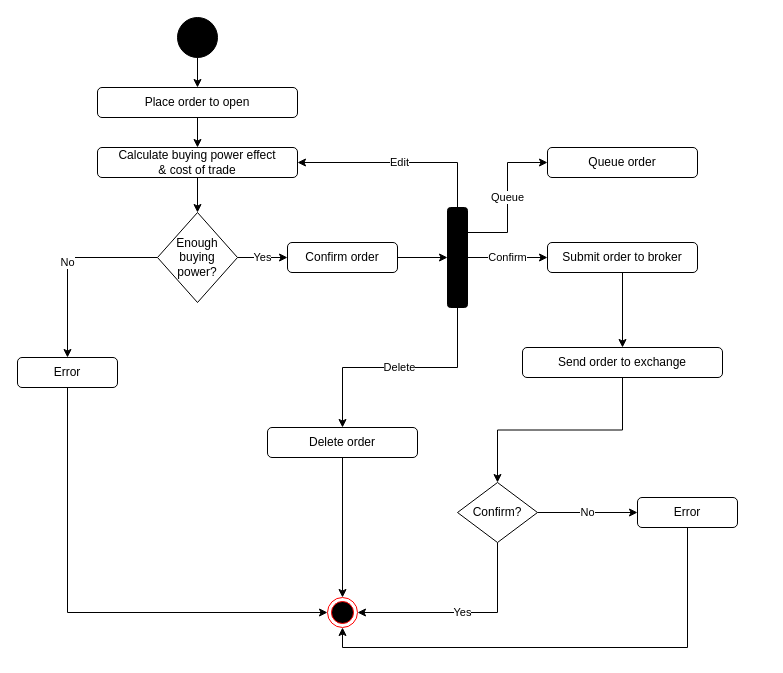
Earlier version of the draw.io diagram UC2:OpenPosition.drawio (dgboulger/SpoofTraderMarket). Source tidied: cells renumbered, new cells numbered last; positions are measured from the earlier drawing's top-left corner, leaving out a move shared by most shapes. Both pictures are drawn from the tidied source at 100%, with x=0, y=0 at pixel (17, 17).
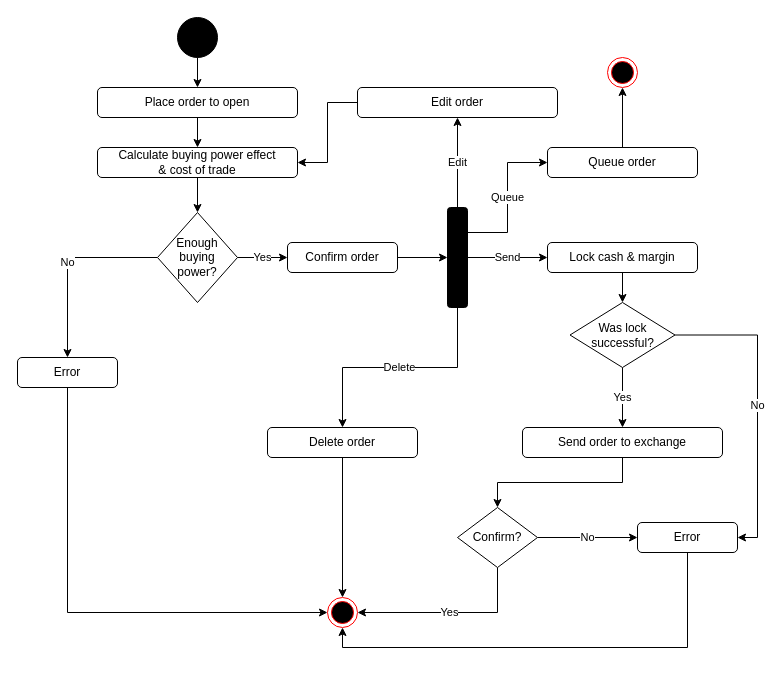
The same diagram, later.

Unchanged cells that the change refers to:
```xml
<mxCell id="21" value="Calculate buying power effect &lt;br&gt;&amp;amp; cost of trade" style="rounded=1;whiteSpace=wrap;html=1;fillColor=#FFFFFF;" parent="1" vertex="1">
  <mxGeometry x="80" y="130" width="200" height="30" as="geometry" />
</mxCell>
<mxCell id="24" value="Queue order" style="rounded=1;whiteSpace=wrap;html=1;fillColor=#FFFFFF;" parent="1" vertex="1">
  <mxGeometry x="530" y="130" width="150" height="30" as="geometry" />
</mxCell>
<mxCell id="28" style="rounded=1;whiteSpace=wrap;html=1;fillColor=#000000;" parent="1" vertex="1">
  <mxGeometry x="430" y="190" width="20" height="100" as="geometry" />
</mxCell>
```

Change to the diagram source:
```diff
@@
-    <mxCell id="12" style="edgeStyle=orthogonalEdgeStyle;rounded=0;jettySize=auto;html=1;entryX=0.5;entryY=0;entryDx=0;entryDy=0;" parent="1" edge="1" source="13" target="15">
+    <mxCell id="12" value="Yes" style="edgeStyle=orthogonalEdgeStyle;rounded=0;jettySize=auto;html=1;entryX=0.5;entryY=0;entryDx=0;entryDy=0;" parent="1" edge="1" source="35" target="15">
       <mxGeometry relative="1" as="geometry" />
     </mxCell>
-    <mxCell id="13" value="Submit order to broker" style="rounded=1;whiteSpace=wrap;html=1;fillColor=#FFFFFF;" parent="1" vertex="1">
+    <mxCell id="13" value="Lock cash &amp;amp; margin" style="rounded=1;whiteSpace=wrap;html=1;fillColor=#FFFFFF;" parent="1" vertex="1">
       <mxGeometry x="530" y="225" width="150" height="30" as="geometry" />
     </mxCell>
@@
     <mxCell id="15" value="Send order to exchange" style="rounded=1;whiteSpace=wrap;html=1;fillColor=#FFFFFF;" parent="1" vertex="1">
-      <mxGeometry x="505" y="330" width="200" height="30" as="geometry" />
+      <mxGeometry x="505" y="410" width="200" height="30" as="geometry" />
     </mxCell>
@@
     <mxCell id="19" value="Error" style="rounded=1;whiteSpace=wrap;html=1;fillColor=#FFFFFF;" parent="1" vertex="1">
-      <mxGeometry x="620" y="480" width="100" height="30" as="geometry" />
+      <mxGeometry x="620" y="505" width="100" height="30" as="geometry" />
     </mxCell>
@@
-    <mxCell id="22" value="Edit" style="edgeStyle=orthogonalEdgeStyle;rounded=0;jettySize=auto;html=1;exitX=0.5;exitY=0;exitDx=0;exitDy=0;" parent="1" edge="1" source="28">
-      <mxGeometry relative="1" as="geometry">
-        <mxPoint x="280" y="145" as="targetPoint" />
-        <Array as="points">
-          <mxPoint x="440" y="145" />
-        </Array>
-      </mxGeometry>
+    <mxCell id="22" value="Edit" style="edgeStyle=orthogonalEdgeStyle;rounded=0;jettySize=auto;html=1;exitX=0.5;exitY=0;exitDx=0;exitDy=0;entryX=0.5;entryY=1;entryDx=0;entryDy=0;" parent="1" edge="1" source="28" target="38">
+      <mxGeometry relative="1" as="geometry" />
     </mxCell>
-    <mxCell id="23" value="Confirm" style="edgeStyle=orthogonalEdgeStyle;rounded=0;jettySize=auto;html=1;entryX=0;entryY=0.5;entryDx=0;entryDy=0;" parent="1" edge="1" source="28" target="13">
-      <mxGeometry relative="1" as="geometry" />
-    </mxCell>
+    <mxCell id="33" style="edgeStyle=orthogonalEdgeStyle;rounded=0;jettySize=auto;html=1;entryX=0.5;entryY=1;entryDx=0;entryDy=0;" parent="1" edge="1" source="24" target="39">
+      <mxGeometry relative="1" as="geometry" />
+    </mxCell>
@@
+    <mxCell id="23" value="Send" style="edgeStyle=orthogonalEdgeStyle;rounded=0;jettySize=auto;html=1;entryX=0;entryY=0.5;entryDx=0;entryDy=0;" parent="1" edge="1" source="28" target="13">
+      <mxGeometry relative="1" as="geometry" />
+    </mxCell>
@@
     <mxCell id="29" value="Confirm?" style="rhombus;whiteSpace=wrap;html=1;fillColor=#FFFFFF;" parent="1" vertex="1">
-      <mxGeometry x="440" y="465" width="80" height="60" as="geometry" />
+      <mxGeometry x="440" y="490" width="80" height="60" as="geometry" />
     </mxCell>
@@
+    <mxCell id="34" value="No" style="edgeStyle=orthogonalEdgeStyle;rounded=0;jettySize=auto;html=1;entryX=1;entryY=0.5;entryDx=0;entryDy=0;exitX=1;exitY=0.5;exitDx=0;exitDy=0;" parent="1" edge="1" source="35" target="19">
+      <mxGeometry relative="1" as="geometry" />
+    </mxCell>
+    <mxCell id="35" value="Was lock successful?" style="rhombus;whiteSpace=wrap;html=1;fillColor=#FFFFFF;" parent="1" vertex="1">
+      <mxGeometry x="552.5" y="285" width="105" height="65" as="geometry" />
+    </mxCell>
+    <mxCell id="36" style="edgeStyle=orthogonalEdgeStyle;rounded=0;jettySize=auto;html=1;entryX=0.5;entryY=0;entryDx=0;entryDy=0;" parent="1" edge="1" source="13" target="35">
+      <mxGeometry relative="1" as="geometry" />
+    </mxCell>
+    <mxCell id="37" style="edgeStyle=orthogonalEdgeStyle;rounded=0;jettySize=auto;html=1;entryX=1;entryY=0.5;entryDx=0;entryDy=0;" parent="1" edge="1" source="38" target="21">
+      <mxGeometry relative="1" as="geometry" />
+    </mxCell>
+    <mxCell id="38" value="Edit order" style="rounded=1;whiteSpace=wrap;html=1;fillColor=#FFFFFF;" parent="1" vertex="1">
+      <mxGeometry x="340" y="70" width="200" height="30" as="geometry" />
+    </mxCell>
+    <mxCell id="39" style="ellipse;html=1;shape=endState;fillColor=#000000;strokeColor=#ff0000;" parent="1" vertex="1">
+      <mxGeometry x="590" y="40" width="30" height="30" as="geometry" />
+    </mxCell>
```
